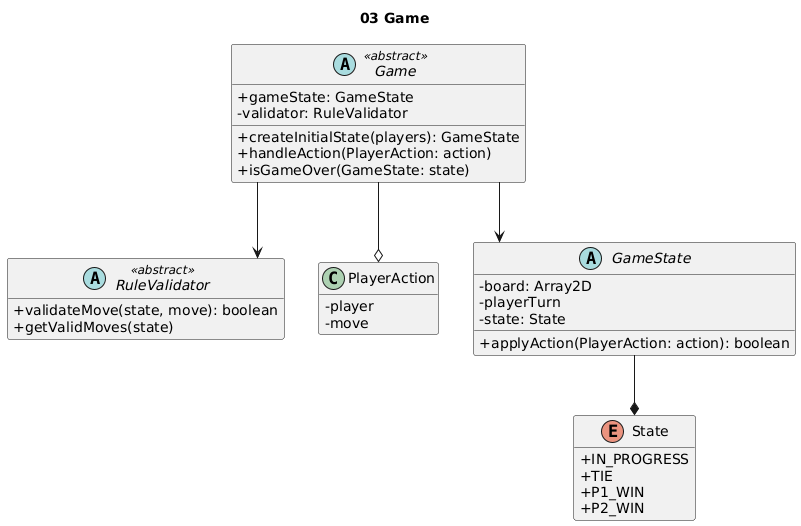
This is docs/rules+validation/Game Class Diagram.png from Hainsman/SENG-300-Group-Project, a PlantUML export, as it was before one commit.
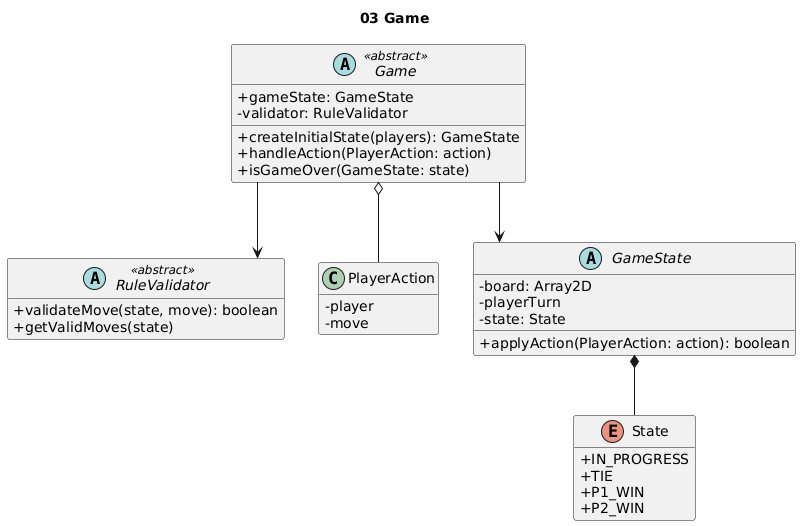
The same file after the commit.

Commit message:
Fixed arrow direction in Game UML

Change to the diagram source:
```diff
@@ -39,6 +39,6 @@
 
 Game --> RuleValidator
 Game --> GameState
-Game --o PlayerAction
-GameState --* State
+Game o-- PlayerAction
+GameState *-- State
 @enduml
```
